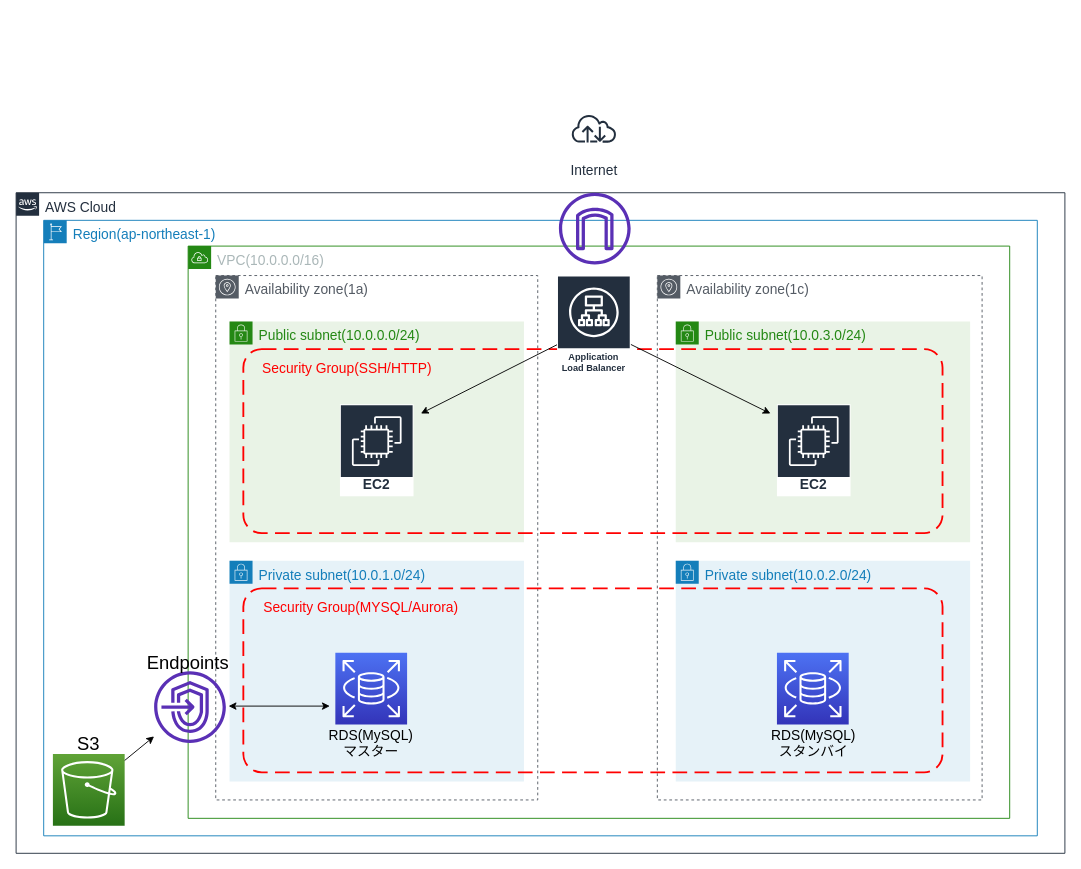
takao0513yamada/toy_app keeps this draw.io diagram as page "Page-1" (1 of 3) of ELB&S3.drawio. Above is the earlier version. Source tidied: cells renumbered, new cells numbered last; positions are measured from the earlier drawing's top-left corner, leaving out a move shared by most shapes. Both pictures are drawn from the tidied source at 92%, with x=0, y=0 at pixel (16, 100).
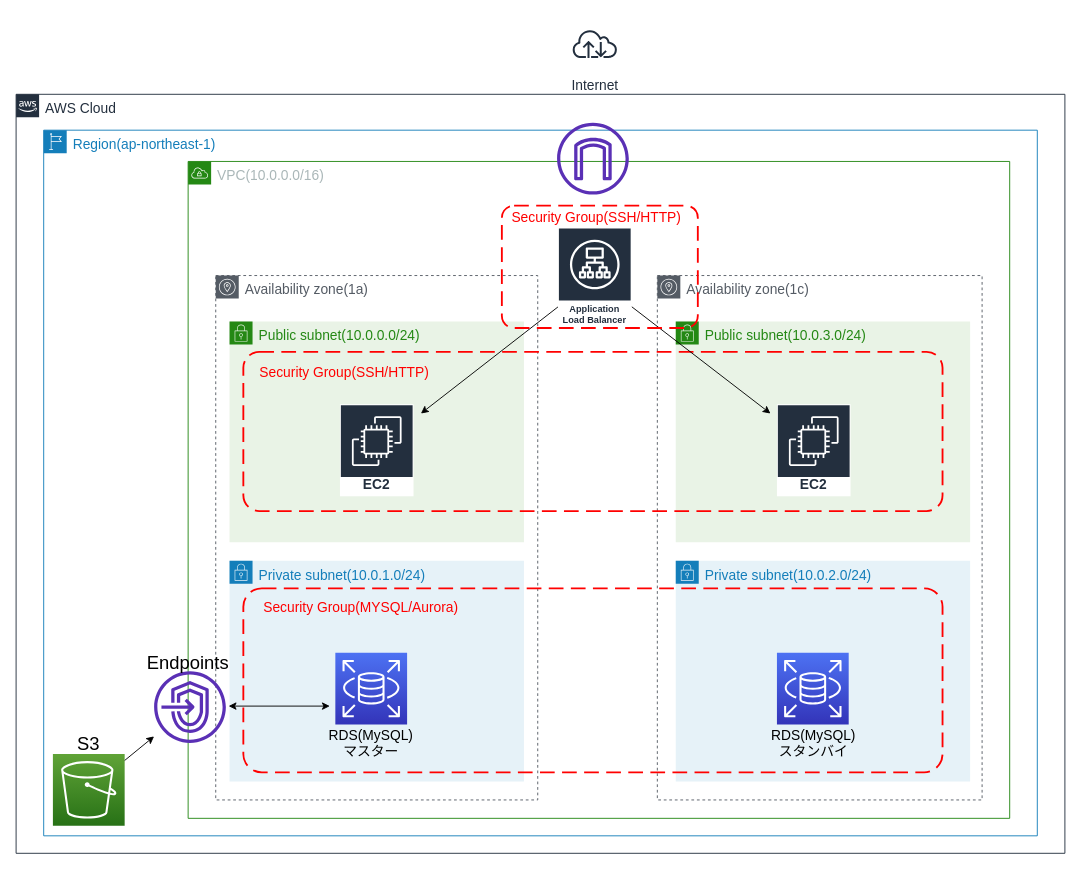
The same diagram, later.

Commit message:
ELB&S3.drawio を更新します

Change to the diagram source:
```diff
@@
     <mxCell id="2" value="&lt;font style=&quot;font-size: 15px&quot;&gt;AWS Cloud&lt;/font&gt;" style="gradientColor=none;html=1;whiteSpace=wrap;fontSize=12;fontStyle=0;shape=mxgraph.aws4.group;grIcon=mxgraph.aws4.group_aws_cloud_alt;strokeColor=#232F3E;fillColor=none;verticalAlign=top;align=left;spacingLeft=30;fontColor=#232F3E;dashed=0;labelBackgroundColor=#ffffff;" parent="1" vertex="1">
-      <mxGeometry y="100" width="1140" height="718" as="geometry" />
+      <mxGeometry y="-7" width="1140" height="825" as="geometry" />
     </mxCell>
     <mxCell id="3" value="&lt;font style=&quot;font-size: 15px&quot;&gt;Region(ap-northeast-1)&lt;/font&gt;" style="gradientColor=none;html=1;whiteSpace=wrap;fontSize=12;fontStyle=0;shape=mxgraph.aws4.group;grIcon=mxgraph.aws4.group_region;strokeColor=#147EBA;fillColor=none;verticalAlign=top;align=left;spacingLeft=30;fontColor=#147EBA;dashed=0;" parent="1" vertex="1">
-      <mxGeometry x="30" y="130" width="1080" height="669" as="geometry" />
+      <mxGeometry x="30" y="32" width="1080" height="767" as="geometry" />
     </mxCell>
@@
     <mxCell id="6" value="&lt;font style=&quot;font-size: 15px&quot;&gt;VPC(10.0.0.0/16)&lt;/font&gt;" style="gradientColor=none;html=1;whiteSpace=wrap;fontSize=12;fontStyle=0;shape=mxgraph.aws4.group;grIcon=mxgraph.aws4.group_vpc;strokeColor=#248814;fillColor=none;verticalAlign=top;align=left;spacingLeft=30;fontColor=#AAB7B8;dashed=0;" parent="1" vertex="1">
-      <mxGeometry x="187" y="158" width="893" height="622" as="geometry" />
+      <mxGeometry x="187" y="66" width="893" height="714" as="geometry" />
     </mxCell>
@@
     <mxCell id="12" style="rounded=1;arcSize=10;dashed=1;strokeColor=#ff0000;fillColor=none;gradientColor=none;dashPattern=8 4;strokeWidth=2;" parent="1" vertex="1">
-      <mxGeometry x="247" y="270" width="760" height="200" as="geometry" />
+      <mxGeometry x="247" y="273" width="760" height="173" as="geometry" />
     </mxCell>
     <mxCell id="13" value="&lt;span style=&quot;font-size: 15px&quot;&gt;&lt;font color=&quot;#ff0000&quot;&gt;Security Group(SSH/HTTP)&lt;/font&gt;&lt;/span&gt;" style="text;html=1;strokeColor=none;fillColor=none;align=center;verticalAlign=middle;whiteSpace=wrap;rounded=0;" parent="1" vertex="1">
-      <mxGeometry x="260" y="280" width="200" height="20" as="geometry" />
+      <mxGeometry x="257" y="285" width="200" height="20" as="geometry" />
     </mxCell>
@@
     <mxCell id="25" value="&lt;font style=&quot;font-size: 15px&quot;&gt;Internet&lt;/font&gt;" style="fontColor=#232F3E;gradientColor=none;strokeColor=#232F3E;fillColor=#ffffff;dashed=0;verticalLabelPosition=bottom;verticalAlign=top;align=center;html=1;fontSize=12;fontStyle=0;shape=mxgraph.aws4.resourceIcon;resIcon=mxgraph.aws4.internet;" parent="1" vertex="1">
-      <mxGeometry x="598" width="60" height="60" as="geometry" />
+      <mxGeometry x="599" y="-92" width="60" height="60" as="geometry" />
     </mxCell>
     <mxCell id="26" style="fontColor=#232F3E;gradientColor=none;fillColor=#5A30B5;strokeColor=none;dashed=0;verticalLabelPosition=bottom;verticalAlign=top;align=center;html=1;fontSize=12;fontStyle=0;shape=mxgraph.aws4.internet_gateway;" parent="1" vertex="1">
-      <mxGeometry x="590" y="100" width="78" height="78" as="geometry" />
+      <mxGeometry x="588" y="24" width="78" height="78" as="geometry" />
     </mxCell>
     <mxCell id="27" value="Application Load Balancer" style="outlineConnect=0;fontColor=#232F3E;gradientColor=none;strokeColor=#ffffff;fillColor=#232F3E;dashed=0;verticalLabelPosition=middle;verticalAlign=bottom;align=center;html=1;whiteSpace=wrap;fontSize=10;fontStyle=1;spacing=3;shape=mxgraph.aws4.productIcon;prIcon=mxgraph.aws4.application_load_balancer;" parent="1" vertex="1">
-      <mxGeometry x="588" y="190" width="80" height="110" as="geometry" />
+      <mxGeometry x="589" y="138" width="80" height="110" as="geometry" />
     </mxCell>
@@
+    <mxCell id="32" style="rounded=1;arcSize=10;dashed=1;strokeColor=#ff0000;fillColor=none;gradientColor=none;dashPattern=8 4;strokeWidth=2;" parent="1" vertex="1">
+      <mxGeometry x="528" y="114" width="213" height="133" as="geometry" />
+    </mxCell>
+    <mxCell id="33" value="&lt;span style=&quot;font-size: 15px&quot;&gt;&lt;font color=&quot;#ff0000&quot;&gt;Security Group(SSH/HTTP)&lt;/font&gt;&lt;/span&gt;" style="text;html=1;strokeColor=none;fillColor=none;align=center;verticalAlign=middle;whiteSpace=wrap;rounded=0;" parent="1" vertex="1">
+      <mxGeometry x="531" y="114" width="200" height="23" as="geometry" />
+    </mxCell>
```
